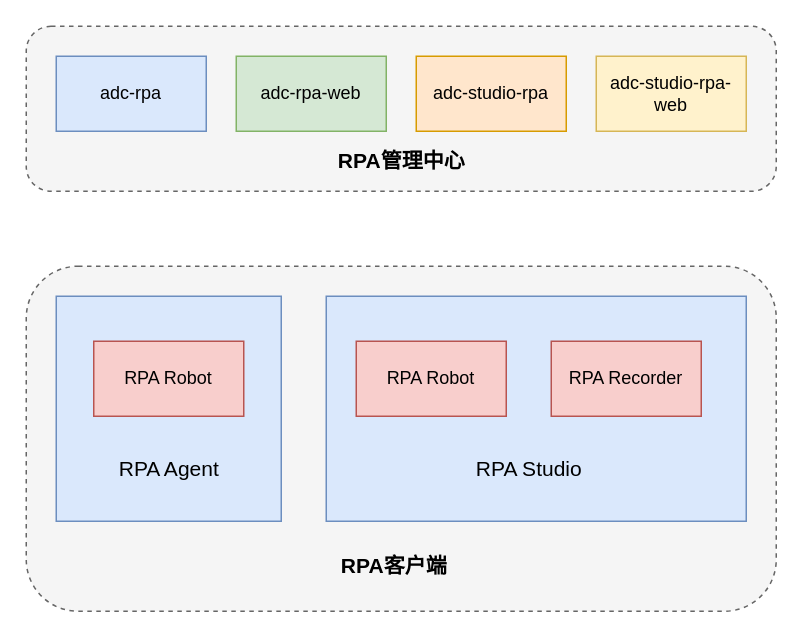
brusetse/draw.io keeps this draw.io diagram as repository/demo.drawio. Above is the earlier version. Source tidied: cells renumbered, new cells numbered last; positions are measured from the earlier drawing's top-left corner, leaving out a move shared by most shapes. Both pictures are drawn from the tidied source at 150%, with x=0, y=0 at pixel (26, 26).
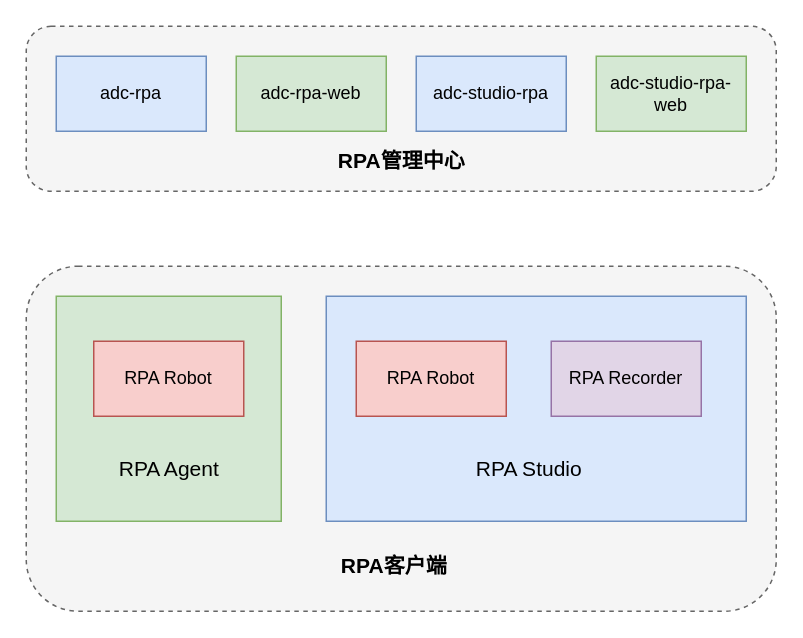
The same diagram, later.

The edit, as a diff of the source:
```diff
@@
 <mxGraphModel>
   <root>
     <mxCell id="0" />
     <mxCell id="1" parent="0" />
     <mxCell id="2" style="rounded=1;whiteSpace=wrap;html=1;fontFamily=Helvetica;fontSize=12;dashed=1;fillColor=#f5f5f5;fontColor=#333333;strokeColor=#666666;" parent="1" vertex="1">
       <mxGeometry width="500" height="110" as="geometry" />
     </mxCell>
     <mxCell id="3" value="adc-rpa" style="rounded=0;whiteSpace=wrap;html=1;fontFamily=Helvetica;fontSize=12;fillColor=#dae8fc;strokeColor=#6c8ebf;" parent="1" vertex="1">
       <mxGeometry x="20" y="20" width="100" height="50" as="geometry" />
     </mxCell>
     <mxCell id="4" value="adc-rpa-web" style="rounded=0;whiteSpace=wrap;html=1;fontFamily=Helvetica;fontSize=12;fillColor=#d5e8d4;strokeColor=#82b366;" parent="1" vertex="1">
       <mxGeometry x="140" y="20" width="100" height="50" as="geometry" />
     </mxCell>
-    <mxCell id="5" value="adc-studio-rpa" style="rounded=0;whiteSpace=wrap;html=1;fontFamily=Helvetica;fontSize=12;fillColor=#ffe6cc;strokeColor=#d79b00;" parent="1" vertex="1">
+    <mxCell id="5" value="adc-studio-rpa" style="rounded=0;whiteSpace=wrap;html=1;fontFamily=Helvetica;fontSize=12;fillColor=#dae8fc;strokeColor=#6c8ebf;" parent="1" vertex="1">
       <mxGeometry x="260" y="20" width="100" height="50" as="geometry" />
     </mxCell>
-    <mxCell id="6" value="adc-studio-rpa-web" style="rounded=0;whiteSpace=wrap;html=1;fontFamily=Helvetica;fontSize=12;fillColor=#fff2cc;strokeColor=#d6b656;" parent="1" vertex="1">
+    <mxCell id="6" value="adc-studio-rpa-web" style="rounded=0;whiteSpace=wrap;html=1;fontFamily=Helvetica;fontSize=12;fillColor=#d5e8d4;strokeColor=#82b366;" parent="1" vertex="1">
       <mxGeometry x="380" y="20" width="100" height="50" as="geometry" />
     </mxCell>
     <mxCell id="7" style="edgeStyle=orthogonalEdgeStyle;rounded=0;orthogonalLoop=1;jettySize=auto;html=1;exitX=0.5;exitY=1;exitDx=0;exitDy=0;fontFamily=Helvetica;fontSize=12;strokeWidth=1;" parent="1" edge="1" source="2" target="2">
       <mxGeometry relative="1" as="geometry" />
     </mxCell>
     <mxCell id="8" value="RPA管理中心" style="text;html=1;align=center;verticalAlign=middle;strokeColor=none;fillColor=none;fontSize=14;fontFamily=Helvetica;fontStyle=1;" parent="1" vertex="1">
       <mxGeometry x="200" y="80" width="100" height="20" as="geometry" />
     </mxCell>
     <mxCell id="9" style="rounded=1;whiteSpace=wrap;html=1;fontFamily=Helvetica;fontSize=12;dashed=1;fillColor=#f5f5f5;fontColor=#333333;strokeColor=#666666;" parent="1" vertex="1">
       <mxGeometry y="160" width="500" height="230" as="geometry" />
     </mxCell>
-    <mxCell id="10" style="rounded=0;whiteSpace=wrap;html=1;fontFamily=Helvetica;fontSize=12;fillColor=#dae8fc;strokeColor=#6c8ebf;" parent="1" vertex="1">
+    <mxCell id="10" style="rounded=0;whiteSpace=wrap;html=1;fontFamily=Helvetica;fontSize=12;fillColor=#d5e8d4;strokeColor=#82b366;" parent="1" vertex="1">
       <mxGeometry x="20" y="180" width="150" height="150" as="geometry" />
     </mxCell>
     <mxCell id="11" style="rounded=0;whiteSpace=wrap;html=1;fontFamily=Helvetica;fontSize=12;fillColor=#dae8fc;strokeColor=#6c8ebf;" parent="1" vertex="1">
       <mxGeometry x="200" y="180" width="280" height="150" as="geometry" />
     </mxCell>
     <mxCell id="12" value="RPA Robot" style="rounded=0;whiteSpace=wrap;html=1;fontFamily=Helvetica;fontSize=12;fillColor=#f8cecc;strokeColor=#b85450;" parent="1" vertex="1">
       <mxGeometry x="220" y="210" width="100" height="50" as="geometry" />
     </mxCell>
-    <mxCell id="13" value="RPA Recorder" style="rounded=0;whiteSpace=wrap;html=1;fontFamily=Helvetica;fontSize=12;fillColor=#f8cecc;strokeColor=#b85450;" parent="1" vertex="1">
+    <mxCell id="13" value="RPA Recorder" style="rounded=0;whiteSpace=wrap;html=1;fontFamily=Helvetica;fontSize=12;fillColor=#e1d5e7;strokeColor=#9673a6;" parent="1" vertex="1">
       <mxGeometry x="350" y="210" width="100" height="50" as="geometry" />
     </mxCell>
+    <mxCell id="18" style="edgeStyle=orthogonalEdgeStyle;rounded=0;jettySize=auto;html=1;fontFamily=Helvetica;fontSize=14;strokeWidth=1;strokeColor=none;" parent="1" edge="1" source="14" target="4">
+      <mxGeometry relative="1" as="geometry" />
+    </mxCell>
     <mxCell id="14" value="RPA Robot" style="rounded=0;whiteSpace=wrap;html=1;fontFamily=Helvetica;fontSize=12;fillColor=#f8cecc;strokeColor=#b85450;" parent="1" vertex="1">
       <mxGeometry x="45" y="210" width="100" height="50" as="geometry" />
     </mxCell>
     <mxCell id="15" value="RPA Agent" style="text;html=1;align=center;verticalAlign=middle;strokeColor=none;fillColor=none;fontSize=14;fontFamily=Helvetica;" parent="1" vertex="1">
       <mxGeometry x="55" y="285" width="80" height="20" as="geometry" />
     </mxCell>
     <mxCell id="16" value="RPA Studio" style="text;html=1;align=center;verticalAlign=middle;strokeColor=none;fillColor=none;fontSize=14;fontFamily=Helvetica;" parent="1" vertex="1">
       <mxGeometry x="290" y="285" width="90" height="20" as="geometry" />
     </mxCell>
     <mxCell id="17" value="RPA客户端" style="text;html=1;align=center;verticalAlign=middle;strokeColor=none;fillColor=none;fontSize=14;fontFamily=Helvetica;fontStyle=1;" parent="1" vertex="1">
       <mxGeometry x="200" y="350" width="90" height="20" as="geometry" />
     </mxCell>
   </root>
 </mxGraphModel>
```
